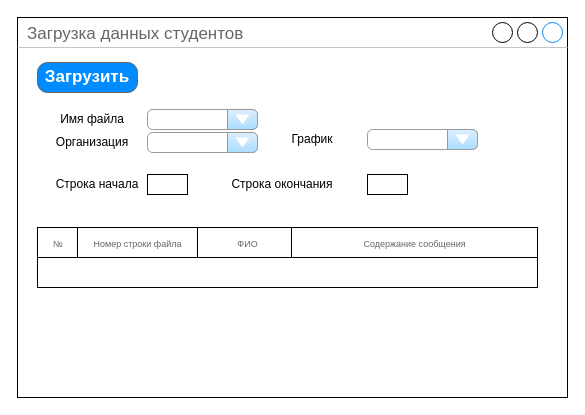
timoorm/first keeps this draw.io diagram as ImportStudents.drawio. Above is the earlier version. Source tidied: cells renumbered, new cells numbered last; positions are measured from the earlier drawing's top-left corner, leaving out a move shared by most shapes. Both pictures are drawn from the tidied source at 100%, with x=0, y=0 at pixel (17, 17).
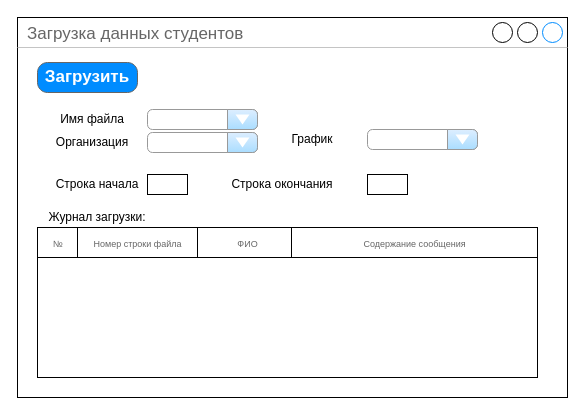
The same diagram, later.

Diff of the diagram source:
```diff
@@
 <mxGraphModel>
   <root>
     <mxCell id="0" />
     <mxCell id="1" parent="0" />
     <mxCell id="2" value="Загрузка данных студентов" style="strokeWidth=1;shadow=0;dashed=0;align=center;html=1;shape=mxgraph.mockup.containers.window;align=left;verticalAlign=top;spacingLeft=8;strokeColor2=#008cff;strokeColor3=#c4c4c4;fontColor=#666666;mainText=;fontSize=17;labelBackgroundColor=none;" parent="1" vertex="1">
       <mxGeometry width="550" height="380" as="geometry" />
     </mxCell>
     <mxCell id="3" style="strokeWidth=1;shadow=0;dashed=0;align=center;html=1;shape=mxgraph.mockup.forms.comboBox;strokeColor=#999999;fillColor=#ddeeff;align=left;fillColor2=#aaddff;mainText=;fontColor=#666666;fontSize=17;spacingLeft=3;" parent="1" vertex="1">
       <mxGeometry x="130" y="92" width="110" height="20" as="geometry" />
     </mxCell>
     <mxCell id="4" value="Имя файла" style="text;html=1;strokeColor=none;fillColor=none;align=center;verticalAlign=middle;whiteSpace=wrap;rounded=0;" parent="1" vertex="1">
       <mxGeometry x="40" y="92" width="70" height="20" as="geometry" />
     </mxCell>
     <mxCell id="5" value="Загрузить" style="strokeWidth=1;shadow=0;dashed=0;align=center;html=1;shape=mxgraph.mockup.buttons.button;strokeColor=#666666;fontColor=#ffffff;mainText=;buttonStyle=round;fontSize=17;fontStyle=1;fillColor=#008cff;whiteSpace=wrap;" parent="1" vertex="1">
       <mxGeometry x="20" y="45" width="100" height="30" as="geometry" />
     </mxCell>
     <mxCell id="6" style="strokeWidth=1;shadow=0;dashed=0;align=center;html=1;shape=mxgraph.mockup.forms.comboBox;strokeColor=#999999;fillColor=#ddeeff;align=left;fillColor2=#aaddff;mainText=;fontColor=#666666;fontSize=17;spacingLeft=3;" parent="1" vertex="1">
       <mxGeometry x="130" y="115" width="110" height="20" as="geometry" />
     </mxCell>
     <mxCell id="7" value="Организация" style="text;html=1;strokeColor=none;fillColor=none;align=center;verticalAlign=middle;whiteSpace=wrap;rounded=0;" parent="1" vertex="1">
       <mxGeometry x="40" y="115" width="70" height="20" as="geometry" />
     </mxCell>
     <mxCell id="8" style="strokeWidth=1;shadow=0;dashed=0;align=center;html=1;shape=mxgraph.mockup.forms.comboBox;strokeColor=#999999;fillColor=#ddeeff;align=left;fillColor2=#aaddff;mainText=;fontColor=#666666;fontSize=17;spacingLeft=3;" parent="1" vertex="1">
       <mxGeometry x="350" y="112" width="110" height="20" as="geometry" />
     </mxCell>
     <mxCell id="9" value="График" style="text;html=1;strokeColor=none;fillColor=none;align=center;verticalAlign=middle;whiteSpace=wrap;rounded=0;" parent="1" vertex="1">
       <mxGeometry x="260" y="112" width="70" height="20" as="geometry" />
     </mxCell>
     <mxCell id="10" value="Строка начала" style="text;html=1;strokeColor=none;fillColor=none;align=center;verticalAlign=middle;whiteSpace=wrap;rounded=0;" parent="1" vertex="1">
       <mxGeometry x="30" y="157" width="100" height="20" as="geometry" />
     </mxCell>
     <mxCell id="11" value="Строка окончания" style="text;html=1;strokeColor=none;fillColor=none;align=center;verticalAlign=middle;whiteSpace=wrap;rounded=0;" parent="1" vertex="1">
       <mxGeometry x="210" y="157" width="110" height="20" as="geometry" />
     </mxCell>
     <mxCell id="12" style="rounded=0;whiteSpace=wrap;html=1;" parent="1" vertex="1">
       <mxGeometry x="130" y="157" width="40" height="20" as="geometry" />
     </mxCell>
     <mxCell id="13" style="rounded=0;whiteSpace=wrap;html=1;" parent="1" vertex="1">
       <mxGeometry x="350" y="157" width="40" height="20" as="geometry" />
     </mxCell>
     <mxCell id="14" style="rounded=0;whiteSpace=wrap;html=1;" parent="1" vertex="1">
-      <mxGeometry x="20" y="210" width="500" height="60" as="geometry" />
+      <mxGeometry x="20" y="210" width="500" height="150" as="geometry" />
     </mxCell>
     <mxCell id="15" value="&lt;font style=&quot;font-size: 9px&quot;&gt;№&lt;/font&gt;" style="strokeColor=inherit;fillColor=inherit;gradientColor=inherit;strokeWidth=1;shadow=0;dashed=0;align=center;html=1;shape=mxgraph.mockup.forms.rrect;rSize=0;fontSize=17;fontColor=#666666;" parent="1" vertex="1">
       <mxGeometry x="20" y="210" width="40" height="30" as="geometry" />
     </mxCell>
     <mxCell id="16" value="&lt;font style=&quot;font-size: 9px&quot;&gt;Номер строки файла&lt;/font&gt;" style="strokeColor=inherit;fillColor=inherit;gradientColor=inherit;strokeWidth=1;shadow=0;dashed=0;align=center;html=1;shape=mxgraph.mockup.forms.rrect;rSize=0;fontSize=17;fontColor=#666666;" parent="1" vertex="1">
       <mxGeometry x="60" y="210" width="120" height="30" as="geometry" />
     </mxCell>
     <mxCell id="17" value="&lt;font style=&quot;font-size: 9px&quot;&gt;ФИО &lt;/font&gt;" style="strokeColor=inherit;fillColor=inherit;gradientColor=inherit;strokeWidth=1;shadow=0;dashed=0;align=center;html=1;shape=mxgraph.mockup.forms.rrect;rSize=0;fontSize=17;fontColor=#666666;" parent="1" vertex="1">
       <mxGeometry x="180" y="210" width="100" height="30" as="geometry" />
     </mxCell>
     <mxCell id="18" value="&lt;font style=&quot;font-size: 9px&quot;&gt;Содержание сообщения&lt;/font&gt;" style="strokeColor=inherit;fillColor=inherit;gradientColor=inherit;strokeWidth=1;shadow=0;dashed=0;align=center;html=1;shape=mxgraph.mockup.forms.rrect;rSize=0;fontSize=17;fontColor=#666666;" parent="1" vertex="1">
       <mxGeometry x="274" y="210" width="246" height="30" as="geometry" />
     </mxCell>
+    <mxCell id="19" value="Журнал загрузки:" style="text;html=1;strokeColor=none;fillColor=none;align=center;verticalAlign=middle;whiteSpace=wrap;rounded=0;" parent="1" vertex="1">
+      <mxGeometry x="20" y="190" width="120" height="20" as="geometry" />
+    </mxCell>
   </root>
 </mxGraphModel>
```
